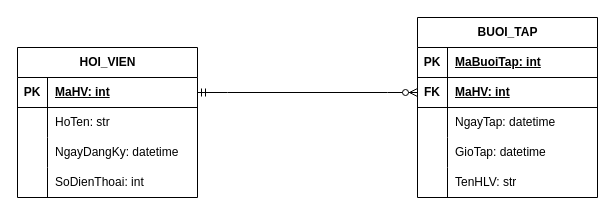
The draw.io diagram b1/IT105_ss16_b1.drawio in haonglm/LeMinhHoang_B25DTCN095_IT105_ss16_b1, before the edit. Source tidied: cells renumbered, new cells numbered last; positions are measured from the earlier drawing's top-left corner, leaving out a move shared by most shapes. Both pictures are drawn from the tidied source at 100%, with x=0, y=0 at pixel (17, 17).
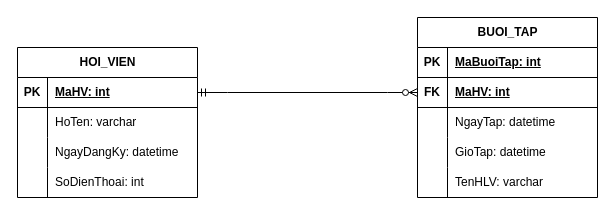
The same page after the edit.

Unchanged cells that the change refers to:
```xml
<mxCell id="15" style="shape=tableRow;horizontal=0;startSize=0;swimlaneHead=0;swimlaneBody=0;fillColor=none;top=0;left=0;right=0;bottom=0;" parent="2" vertex="1">
  <mxGeometry y="150" width="180" height="30" as="geometry" />
</mxCell>
<mxCell id="22" style="shape=tableRow;horizontal=0;startSize=0;swimlaneHead=0;swimlaneBody=0;fillColor=none;top=0;left=0;right=0;bottom=0;" parent="18" vertex="1">
  <mxGeometry y="60" width="180" height="30" as="geometry" />
</mxCell>
```

Diff of the diagram source:
```diff
@@
-    <mxCell id="17" value="TenHLV: str" style="shape=partialRectangle;fillColor=none;top=0;left=0;bottom=0;right=0;align=left;spacingLeft=6;overflow=hidden;whiteSpace=wrap;html=1;" parent="15" vertex="1">
+    <mxCell id="17" value="TenHLV: varchar" style="shape=partialRectangle;fillColor=none;top=0;left=0;bottom=0;right=0;align=left;spacingLeft=6;overflow=hidden;whiteSpace=wrap;html=1;" parent="15" vertex="1">
       <mxGeometry x="30" width="150" height="30" as="geometry" />
     </mxCell>
@@
-    <mxCell id="24" value="HoTen: str" style="shape=partialRectangle;fillColor=none;top=0;left=0;bottom=0;right=0;align=left;spacingLeft=6;overflow=hidden;whiteSpace=wrap;html=1;" parent="22" vertex="1">
+    <mxCell id="24" value="HoTen: varchar" style="shape=partialRectangle;fillColor=none;top=0;left=0;bottom=0;right=0;align=left;spacingLeft=6;overflow=hidden;whiteSpace=wrap;html=1;" parent="22" vertex="1">
       <mxGeometry x="30" width="150" height="30" as="geometry" />
     </mxCell>
```
